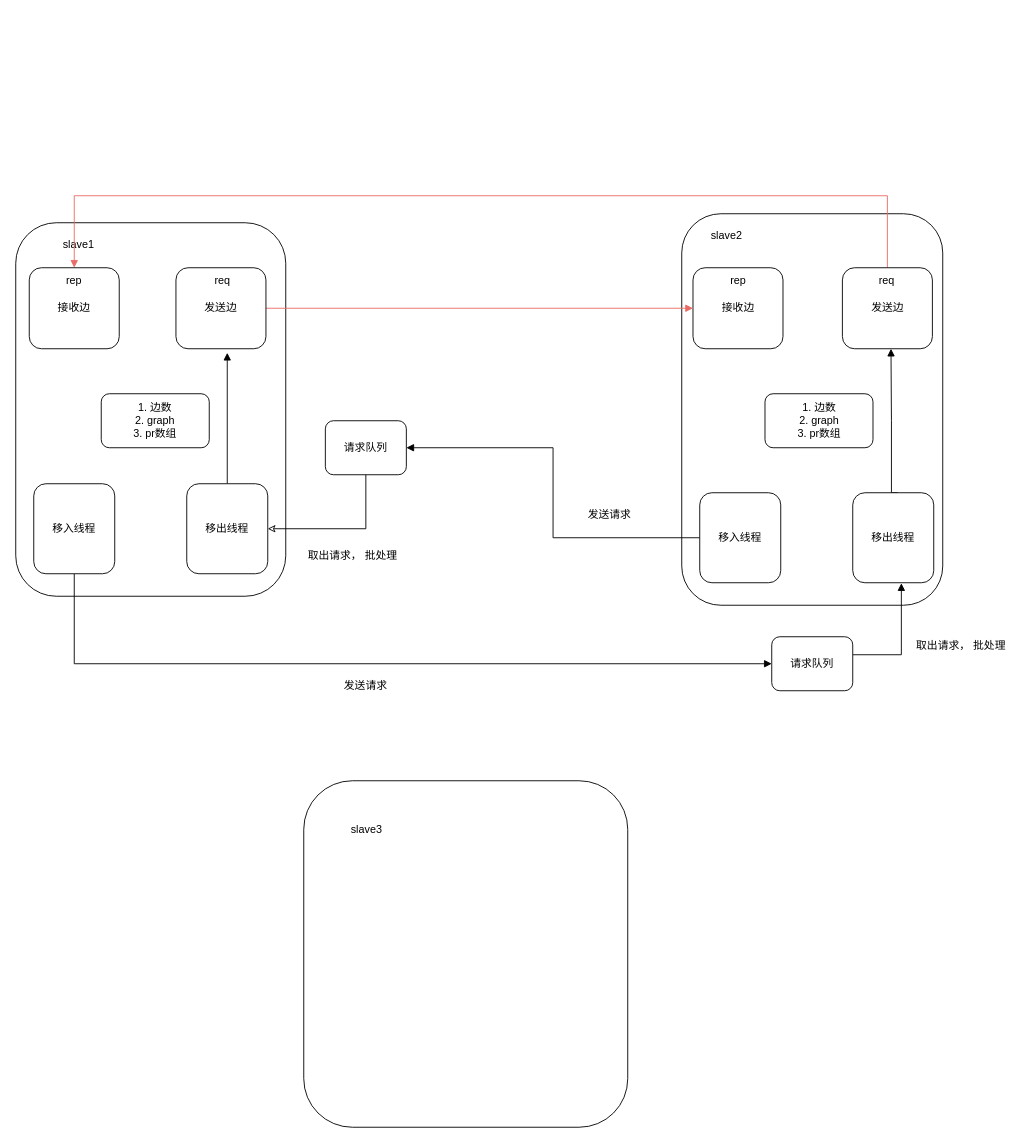
Earlier version of the draw.io diagram 分布式并行图划分.drawio (ductina/233). Source tidied: cells renumbered, new cells numbered last; positions are measured from the earlier drawing's top-left corner, leaving out a move shared by most shapes. Both pictures are drawn from the tidied source at 90%, with x=0, y=0 at pixel (15, 195).
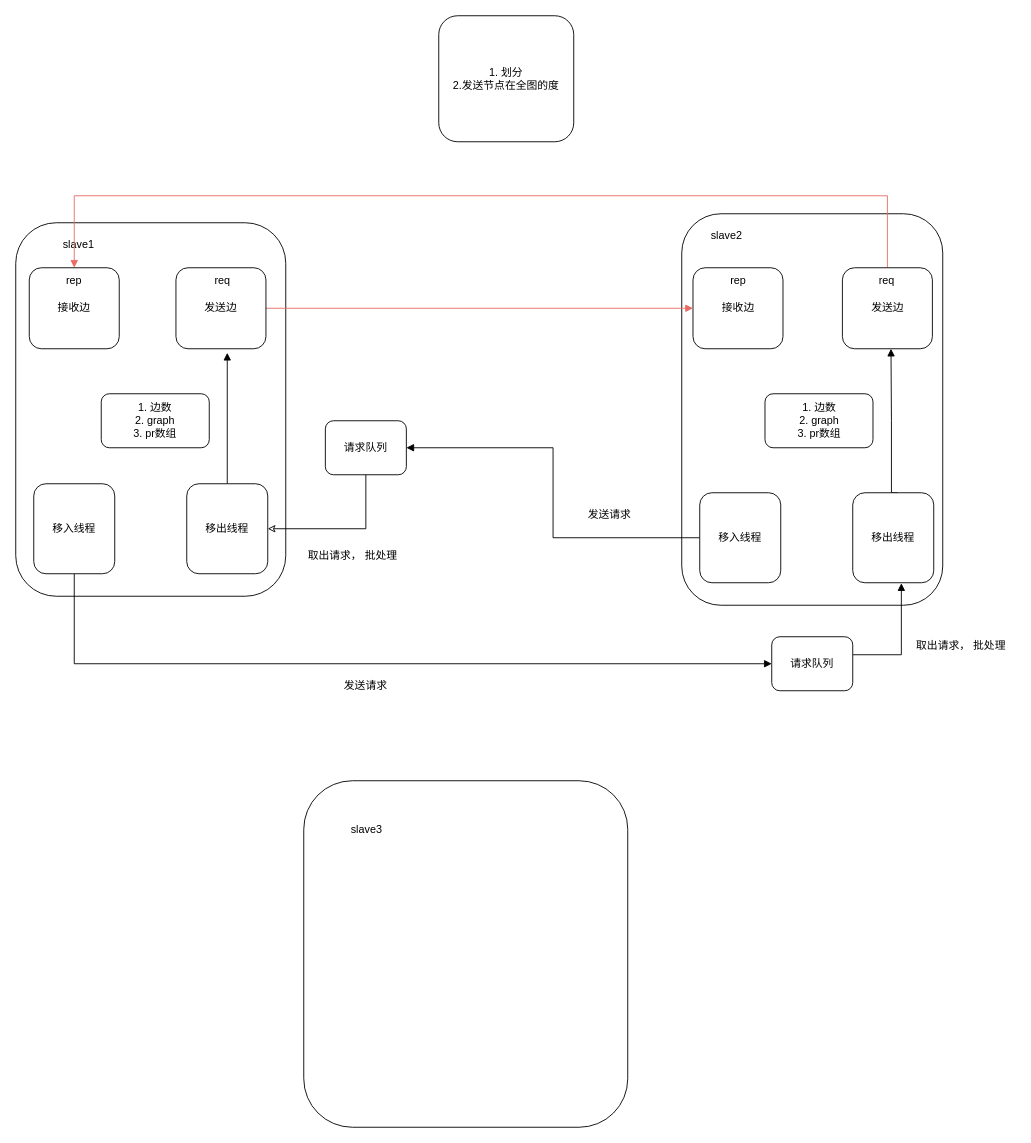
Above is the later version.

Commit message:
Update 分布式并行图划分.drawio

Diff of the diagram source:
```diff
@@
+    <mxCell id="36" value="1. 划分&lt;br&gt;2.发送节点在全图的度" style="rounded=1;whiteSpace=wrap;html=1;" parent="1" vertex="1">
+      <mxGeometry x="470" y="-200" width="150" height="140" as="geometry" />
+    </mxCell>
```
